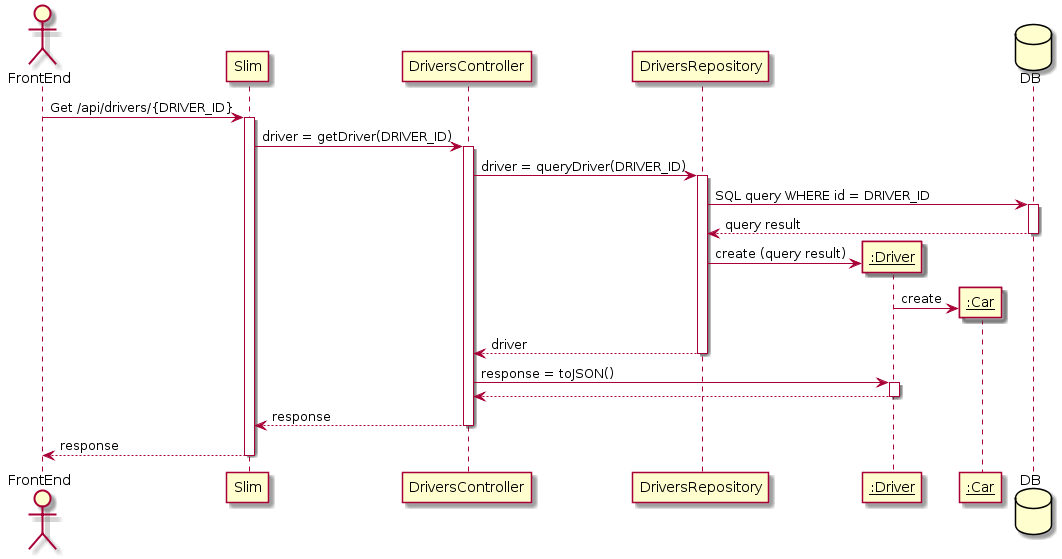
Above: docs/BackEnd/SequenceDiagram/GetDriver.png in malvinkooo/taxiSystem (PlantUML), before the change.
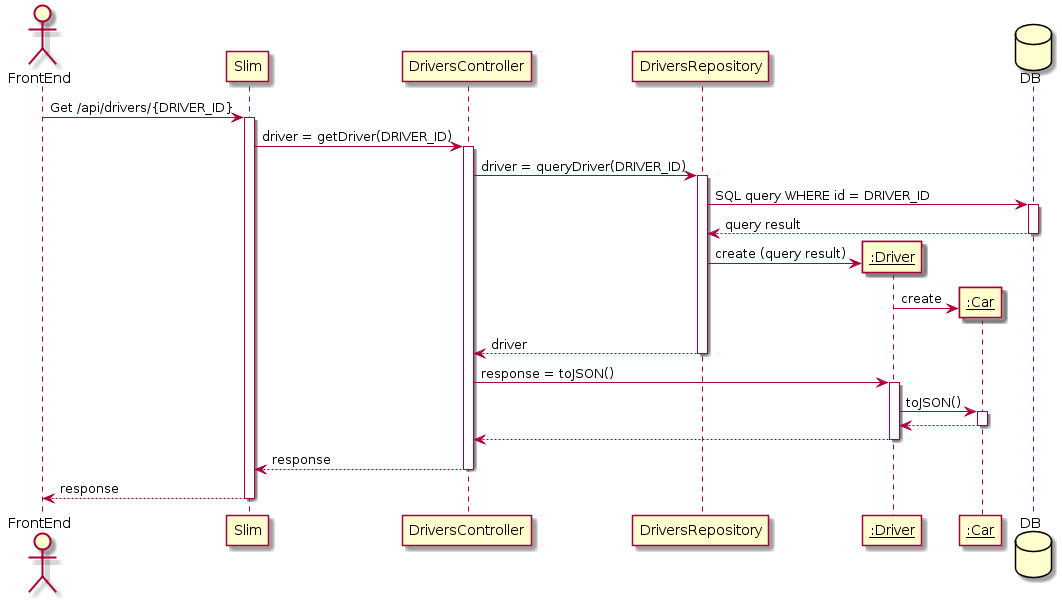
Later version of the same file.

The edit, as a diff of the source:
```diff
@@ -25,6 +25,10 @@
 deactivate DriversRepository
 DriversController -> Driver : response = toJSON()
 activate Driver
+Driver -> Car : toJSON()
+activate Car
+Car --> Driver
+deactivate Car
 Driver --> DriversController
 deactivate Driver
 DriversController --> Slim : response
```
